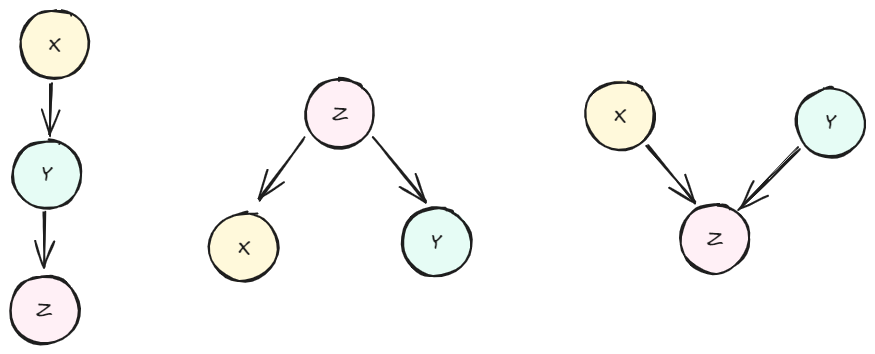
NMashalov/EducationGenerativeModelApplication keeps this Excalidraw diagram as diplom/assets/math/discrete/bayes_net.excalidraw.png. Above is the earlier version. Source tidied: one line per element, renumbered; positions are measured from the earlier drawing's top-left corner, leaving out a move shared by most shapes. The source it was exported from:
```json
{"id": 0, "type": "ellipse", "strokeColor": "#1e1e1e", "backgroundColor": "#fff9db", "fillStyle": "solid", "strokeWidth": 2, "roughness": 1, "round": true, "x": 10, "y": 0, "width": 69, "height": 69}
{"id": 1, "type": "text", "text": "X", "strokeColor": "#1e1e1e", "backgroundColor": "#fff9db", "fillStyle": "solid", "strokeWidth": 2, "roughness": 1, "fontSize": 20, "fontFamily": 1, "textAlign": "center", "verticalAlign": "middle", "inside": 0, "x": 39, "y": 22, "width": 12, "height": 25}
{"id": 2, "type": "arrow", "strokeColor": "#1e1e1e", "strokeWidth": 2, "roughness": 1, "endArrowhead": "arrow", "round": true, "from": 0, "to": 3, "x": 40, "y": 74, "width": 1, "height": 52, "points": [[0, 0], [-1, 52]]}
{"id": 3, "type": "ellipse", "strokeColor": "#1e1e1e", "backgroundColor": "#e6fcf5", "fillStyle": "solid", "strokeWidth": 2, "roughness": 1, "round": true, "x": 3, "y": 130, "width": 69, "height": 69}
{"id": 4, "type": "text", "text": "Y", "strokeColor": "#1e1e1e", "backgroundColor": "#fff9db", "fillStyle": "solid", "strokeWidth": 2, "roughness": 1, "fontSize": 20, "fontFamily": 1, "textAlign": "center", "verticalAlign": "middle", "inside": 3, "x": 32, "y": 152, "width": 10, "height": 25}
{"id": 5, "type": "arrow", "strokeColor": "#1e1e1e", "strokeWidth": 2, "roughness": 1, "endArrowhead": "arrow", "round": true, "from": 3, "to": 6, "x": 34, "y": 202, "width": 1, "height": 56, "points": [[0, 0], [-1, 56]]}
{"id": 6, "type": "ellipse", "strokeColor": "#1e1e1e", "backgroundColor": "#fff0f6", "fillStyle": "solid", "strokeWidth": 2, "roughness": 1, "round": true, "x": 0, "y": 265, "width": 69, "height": 69}
{"id": 7, "type": "text", "text": "Z", "strokeColor": "#1e1e1e", "backgroundColor": "#fff9db", "fillStyle": "solid", "strokeWidth": 2, "roughness": 1, "fontSize": 20, "fontFamily": 1, "textAlign": "center", "verticalAlign": "middle", "inside": 6, "x": 27, "y": 287, "width": 16, "height": 25}
{"id": 8, "type": "arrow", "strokeColor": "#1e1e1e", "strokeWidth": 2, "roughness": 1, "endArrowhead": "arrow", "round": true, "from": 14, "to": 10, "x": 293, "y": 128, "width": 44, "height": 62, "points": [[0, 0], [-44, 62]]}
{"id": 9, "type": "arrow", "strokeColor": "#1e1e1e", "strokeWidth": 2, "roughness": 1, "endArrowhead": "arrow", "round": true, "from": 14, "to": 12, "x": 363, "y": 129, "width": 52, "height": 62, "points": [[0, 0], [52, 62]]}
{"id": 10, "type": "ellipse", "strokeColor": "#1e1e1e", "backgroundColor": "#fff9db", "fillStyle": "solid", "strokeWidth": 2, "roughness": 1, "round": true, "x": 200, "y": 203, "width": 69, "height": 69}
{"id": 11, "type": "text", "text": "X", "strokeColor": "#1e1e1e", "backgroundColor": "#fff9db", "fillStyle": "solid", "strokeWidth": 2, "roughness": 1, "fontSize": 20, "fontFamily": 1, "textAlign": "center", "verticalAlign": "middle", "inside": 10, "x": 228, "y": 225, "width": 12, "height": 25}
{"id": 12, "type": "ellipse", "strokeColor": "#1e1e1e", "backgroundColor": "#e6fcf5", "fillStyle": "solid", "strokeWidth": 2, "roughness": 1, "round": true, "x": 392, "y": 198, "width": 69, "height": 69}
{"id": 13, "type": "text", "text": "Y", "strokeColor": "#1e1e1e", "backgroundColor": "#fff9db", "fillStyle": "solid", "strokeWidth": 2, "roughness": 1, "fontSize": 20, "fontFamily": 1, "textAlign": "center", "verticalAlign": "middle", "inside": 12, "x": 422, "y": 220, "width": 10, "height": 25}
{"id": 14, "type": "ellipse", "strokeColor": "#1e1e1e", "backgroundColor": "#fff0f6", "fillStyle": "solid", "strokeWidth": 2, "roughness": 1, "round": true, "x": 296, "y": 69, "width": 69, "height": 69}
{"id": 15, "type": "text", "text": "Z", "strokeColor": "#1e1e1e", "backgroundColor": "#fff9db", "fillStyle": "solid", "strokeWidth": 2, "roughness": 1, "fontSize": 20, "fontFamily": 1, "textAlign": "center", "verticalAlign": "middle", "inside": 14, "x": 322, "y": 91, "width": 16, "height": 25}
{"id": 16, "type": "arrow", "strokeColor": "#1e1e1e", "strokeWidth": 2, "roughness": 1, "endArrowhead": "arrow", "round": true, "from": 19, "to": 21, "x": 789, "y": 138, "width": 60, "height": 61, "points": [[0, 0], [-60, 61]]}
{"id": 17, "type": "ellipse", "strokeColor": "#1e1e1e", "backgroundColor": "#fff9db", "fillStyle": "solid", "strokeWidth": 2, "roughness": 1, "round": true, "x": 576, "y": 71, "width": 69, "height": 69}
{"id": 18, "type": "text", "text": "X", "strokeColor": "#1e1e1e", "backgroundColor": "#fff9db", "fillStyle": "solid", "strokeWidth": 2, "roughness": 1, "fontSize": 20, "fontFamily": 1, "textAlign": "center", "verticalAlign": "middle", "inside": 17, "x": 604, "y": 93, "width": 12, "height": 25}
{"id": 19, "type": "ellipse", "strokeColor": "#1e1e1e", "backgroundColor": "#e6fcf5", "fillStyle": "solid", "strokeWidth": 2, "roughness": 1, "round": true, "x": 786, "y": 78, "width": 69, "height": 69}
{"id": 20, "type": "text", "text": "Y", "strokeColor": "#1e1e1e", "backgroundColor": "#fff9db", "fillStyle": "solid", "strokeWidth": 2, "roughness": 1, "fontSize": 20, "fontFamily": 1, "textAlign": "center", "verticalAlign": "middle", "inside": 19, "x": 816, "y": 100, "width": 10, "height": 25}
{"id": 21, "type": "ellipse", "strokeColor": "#1e1e1e", "backgroundColor": "#fff0f6", "fillStyle": "solid", "strokeWidth": 2, "roughness": 1, "round": true, "x": 671, "y": 194, "width": 69, "height": 69}
{"id": 22, "type": "text", "text": "Z", "strokeColor": "#1e1e1e", "backgroundColor": "#fff9db", "fillStyle": "solid", "strokeWidth": 2, "roughness": 1, "fontSize": 20, "fontFamily": 1, "textAlign": "center", "verticalAlign": "middle", "inside": 21, "x": 697, "y": 216, "width": 16, "height": 25}
{"id": 23, "type": "arrow", "strokeColor": "#1e1e1e", "strokeWidth": 2, "roughness": 1, "endArrowhead": "arrow", "round": true, "from": 17, "to": 21, "x": 637, "y": 135, "width": 48, "height": 57, "points": [[0, 0], [48, 57]]}
```
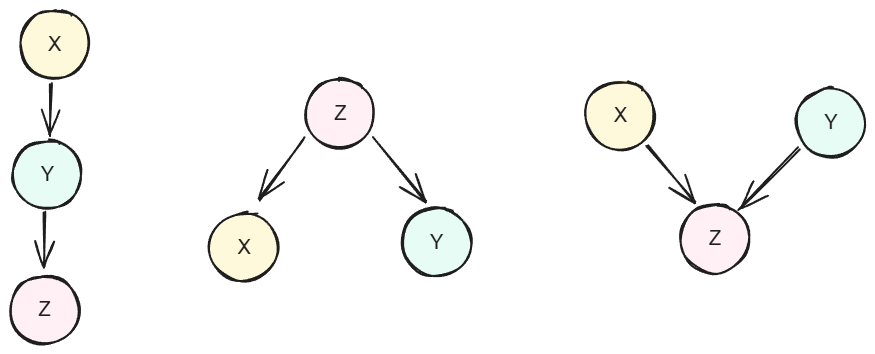
Later version of the same file.

Diff of the diagram source:
```diff
@@ -1,24 +1,24 @@
 {"id": 0, "type": "ellipse", "strokeColor": "#1e1e1e", "backgroundColor": "#fff9db", "fillStyle": "solid", "strokeWidth": 2, "roughness": 1, "round": true, "x": 10, "y": 0, "width": 69, "height": 69}
-{"id": 1, "type": "text", "text": "X", "strokeColor": "#1e1e1e", "backgroundColor": "#fff9db", "fillStyle": "solid", "strokeWidth": 2, "roughness": 1, "fontSize": 20, "fontFamily": 1, "textAlign": "center", "verticalAlign": "middle", "inside": 0, "x": 39, "y": 22, "width": 12, "height": 25}
+{"id": 1, "type": "text", "text": "X", "strokeColor": "#1e1e1e", "backgroundColor": "#fff9db", "fillStyle": "solid", "strokeWidth": 2, "roughness": 1, "fontSize": 20, "fontFamily": 2, "textAlign": "center", "verticalAlign": "middle", "inside": 0, "x": 38, "y": 23, "width": 13, "height": 23}
 {"id": 2, "type": "arrow", "strokeColor": "#1e1e1e", "strokeWidth": 2, "roughness": 1, "endArrowhead": "arrow", "round": true, "from": 0, "to": 3, "x": 40, "y": 74, "width": 1, "height": 52, "points": [[0, 0], [-1, 52]]}
 {"id": 3, "type": "ellipse", "strokeColor": "#1e1e1e", "backgroundColor": "#e6fcf5", "fillStyle": "solid", "strokeWidth": 2, "roughness": 1, "round": true, "x": 3, "y": 130, "width": 69, "height": 69}
-{"id": 4, "type": "text", "text": "Y", "strokeColor": "#1e1e1e", "backgroundColor": "#fff9db", "fillStyle": "solid", "strokeWidth": 2, "roughness": 1, "fontSize": 20, "fontFamily": 1, "textAlign": "center", "verticalAlign": "middle", "inside": 3, "x": 32, "y": 152, "width": 10, "height": 25}
+{"id": 4, "type": "text", "text": "Y", "strokeColor": "#1e1e1e", "backgroundColor": "#fff9db", "fillStyle": "solid", "strokeWidth": 2, "roughness": 1, "fontSize": 20, "fontFamily": 2, "textAlign": "center", "verticalAlign": "middle", "inside": 3, "x": 31, "y": 153, "width": 13, "height": 23}
 {"id": 5, "type": "arrow", "strokeColor": "#1e1e1e", "strokeWidth": 2, "roughness": 1, "endArrowhead": "arrow", "round": true, "from": 3, "to": 6, "x": 34, "y": 202, "width": 1, "height": 56, "points": [[0, 0], [-1, 56]]}
 {"id": 6, "type": "ellipse", "strokeColor": "#1e1e1e", "backgroundColor": "#fff0f6", "fillStyle": "solid", "strokeWidth": 2, "roughness": 1, "round": true, "x": 0, "y": 265, "width": 69, "height": 69}
-{"id": 7, "type": "text", "text": "Z", "strokeColor": "#1e1e1e", "backgroundColor": "#fff9db", "fillStyle": "solid", "strokeWidth": 2, "roughness": 1, "fontSize": 20, "fontFamily": 1, "textAlign": "center", "verticalAlign": "middle", "inside": 6, "x": 27, "y": 287, "width": 16, "height": 25}
+{"id": 7, "type": "text", "text": "Z", "strokeColor": "#1e1e1e", "backgroundColor": "#fff9db", "fillStyle": "solid", "strokeWidth": 2, "roughness": 1, "fontSize": 20, "fontFamily": 2, "textAlign": "center", "verticalAlign": "middle", "inside": 6, "x": 28, "y": 288, "width": 12, "height": 23}
 {"id": 8, "type": "arrow", "strokeColor": "#1e1e1e", "strokeWidth": 2, "roughness": 1, "endArrowhead": "arrow", "round": true, "from": 14, "to": 10, "x": 293, "y": 128, "width": 44, "height": 62, "points": [[0, 0], [-44, 62]]}
 {"id": 9, "type": "arrow", "strokeColor": "#1e1e1e", "strokeWidth": 2, "roughness": 1, "endArrowhead": "arrow", "round": true, "from": 14, "to": 12, "x": 363, "y": 129, "width": 52, "height": 62, "points": [[0, 0], [52, 62]]}
 {"id": 10, "type": "ellipse", "strokeColor": "#1e1e1e", "backgroundColor": "#fff9db", "fillStyle": "solid", "strokeWidth": 2, "roughness": 1, "round": true, "x": 200, "y": 203, "width": 69, "height": 69}
-{"id": 11, "type": "text", "text": "X", "strokeColor": "#1e1e1e", "backgroundColor": "#fff9db", "fillStyle": "solid", "strokeWidth": 2, "roughness": 1, "fontSize": 20, "fontFamily": 1, "textAlign": "center", "verticalAlign": "middle", "inside": 10, "x": 228, "y": 225, "width": 12, "height": 25}
+{"id": 11, "type": "text", "text": "X", "strokeColor": "#1e1e1e", "backgroundColor": "#fff9db", "fillStyle": "solid", "strokeWidth": 2, "roughness": 1, "fontSize": 20, "fontFamily": 2, "textAlign": "center", "verticalAlign": "middle", "inside": 10, "x": 228, "y": 226, "width": 13, "height": 23}
 {"id": 12, "type": "ellipse", "strokeColor": "#1e1e1e", "backgroundColor": "#e6fcf5", "fillStyle": "solid", "strokeWidth": 2, "roughness": 1, "round": true, "x": 392, "y": 198, "width": 69, "height": 69}
-{"id": 13, "type": "text", "text": "Y", "strokeColor": "#1e1e1e", "backgroundColor": "#fff9db", "fillStyle": "solid", "strokeWidth": 2, "roughness": 1, "fontSize": 20, "fontFamily": 1, "textAlign": "center", "verticalAlign": "middle", "inside": 12, "x": 422, "y": 220, "width": 10, "height": 25}
+{"id": 13, "type": "text", "text": "Y", "strokeColor": "#1e1e1e", "backgroundColor": "#fff9db", "fillStyle": "solid", "strokeWidth": 2, "roughness": 1, "fontSize": 20, "fontFamily": 2, "textAlign": "center", "verticalAlign": "middle", "inside": 12, "x": 420, "y": 221, "width": 13, "height": 23}
 {"id": 14, "type": "ellipse", "strokeColor": "#1e1e1e", "backgroundColor": "#fff0f6", "fillStyle": "solid", "strokeWidth": 2, "roughness": 1, "round": true, "x": 296, "y": 69, "width": 69, "height": 69}
-{"id": 15, "type": "text", "text": "Z", "strokeColor": "#1e1e1e", "backgroundColor": "#fff9db", "fillStyle": "solid", "strokeWidth": 2, "roughness": 1, "fontSize": 20, "fontFamily": 1, "textAlign": "center", "verticalAlign": "middle", "inside": 14, "x": 322, "y": 91, "width": 16, "height": 25}
+{"id": 15, "type": "text", "text": "Z", "strokeColor": "#1e1e1e", "backgroundColor": "#fff9db", "fillStyle": "solid", "strokeWidth": 2, "roughness": 1, "fontSize": 20, "fontFamily": 2, "textAlign": "center", "verticalAlign": "middle", "inside": 14, "x": 324, "y": 92, "width": 12, "height": 23}
 {"id": 16, "type": "arrow", "strokeColor": "#1e1e1e", "strokeWidth": 2, "roughness": 1, "endArrowhead": "arrow", "round": true, "from": 19, "to": 21, "x": 789, "y": 138, "width": 60, "height": 61, "points": [[0, 0], [-60, 61]]}
 {"id": 17, "type": "ellipse", "strokeColor": "#1e1e1e", "backgroundColor": "#fff9db", "fillStyle": "solid", "strokeWidth": 2, "roughness": 1, "round": true, "x": 576, "y": 71, "width": 69, "height": 69}
-{"id": 18, "type": "text", "text": "X", "strokeColor": "#1e1e1e", "backgroundColor": "#fff9db", "fillStyle": "solid", "strokeWidth": 2, "roughness": 1, "fontSize": 20, "fontFamily": 1, "textAlign": "center", "verticalAlign": "middle", "inside": 17, "x": 604, "y": 93, "width": 12, "height": 25}
+{"id": 18, "type": "text", "text": "X", "strokeColor": "#1e1e1e", "backgroundColor": "#fff9db", "fillStyle": "solid", "strokeWidth": 2, "roughness": 1, "fontSize": 20, "fontFamily": 2, "textAlign": "center", "verticalAlign": "middle", "inside": 17, "x": 604, "y": 94, "width": 13, "height": 23}
 {"id": 19, "type": "ellipse", "strokeColor": "#1e1e1e", "backgroundColor": "#e6fcf5", "fillStyle": "solid", "strokeWidth": 2, "roughness": 1, "round": true, "x": 786, "y": 78, "width": 69, "height": 69}
-{"id": 20, "type": "text", "text": "Y", "strokeColor": "#1e1e1e", "backgroundColor": "#fff9db", "fillStyle": "solid", "strokeWidth": 2, "roughness": 1, "fontSize": 20, "fontFamily": 1, "textAlign": "center", "verticalAlign": "middle", "inside": 19, "x": 816, "y": 100, "width": 10, "height": 25}
+{"id": 20, "type": "text", "text": "Y", "strokeColor": "#1e1e1e", "backgroundColor": "#fff9db", "fillStyle": "solid", "strokeWidth": 2, "roughness": 1, "fontSize": 20, "fontFamily": 2, "textAlign": "center", "verticalAlign": "middle", "inside": 19, "x": 814, "y": 101, "width": 13, "height": 23}
 {"id": 21, "type": "ellipse", "strokeColor": "#1e1e1e", "backgroundColor": "#fff0f6", "fillStyle": "solid", "strokeWidth": 2, "roughness": 1, "round": true, "x": 671, "y": 194, "width": 69, "height": 69}
-{"id": 22, "type": "text", "text": "Z", "strokeColor": "#1e1e1e", "backgroundColor": "#fff9db", "fillStyle": "solid", "strokeWidth": 2, "roughness": 1, "fontSize": 20, "fontFamily": 1, "textAlign": "center", "verticalAlign": "middle", "inside": 21, "x": 697, "y": 216, "width": 16, "height": 25}
+{"id": 22, "type": "text", "text": "Z", "strokeColor": "#1e1e1e", "backgroundColor": "#fff9db", "fillStyle": "solid", "strokeWidth": 2, "roughness": 1, "fontSize": 20, "fontFamily": 2, "textAlign": "center", "verticalAlign": "middle", "inside": 21, "x": 699, "y": 217, "width": 12, "height": 23}
 {"id": 23, "type": "arrow", "strokeColor": "#1e1e1e", "strokeWidth": 2, "roughness": 1, "endArrowhead": "arrow", "round": true, "from": 17, "to": 21, "x": 637, "y": 135, "width": 48, "height": 57, "points": [[0, 0], [48, 57]]}
```
